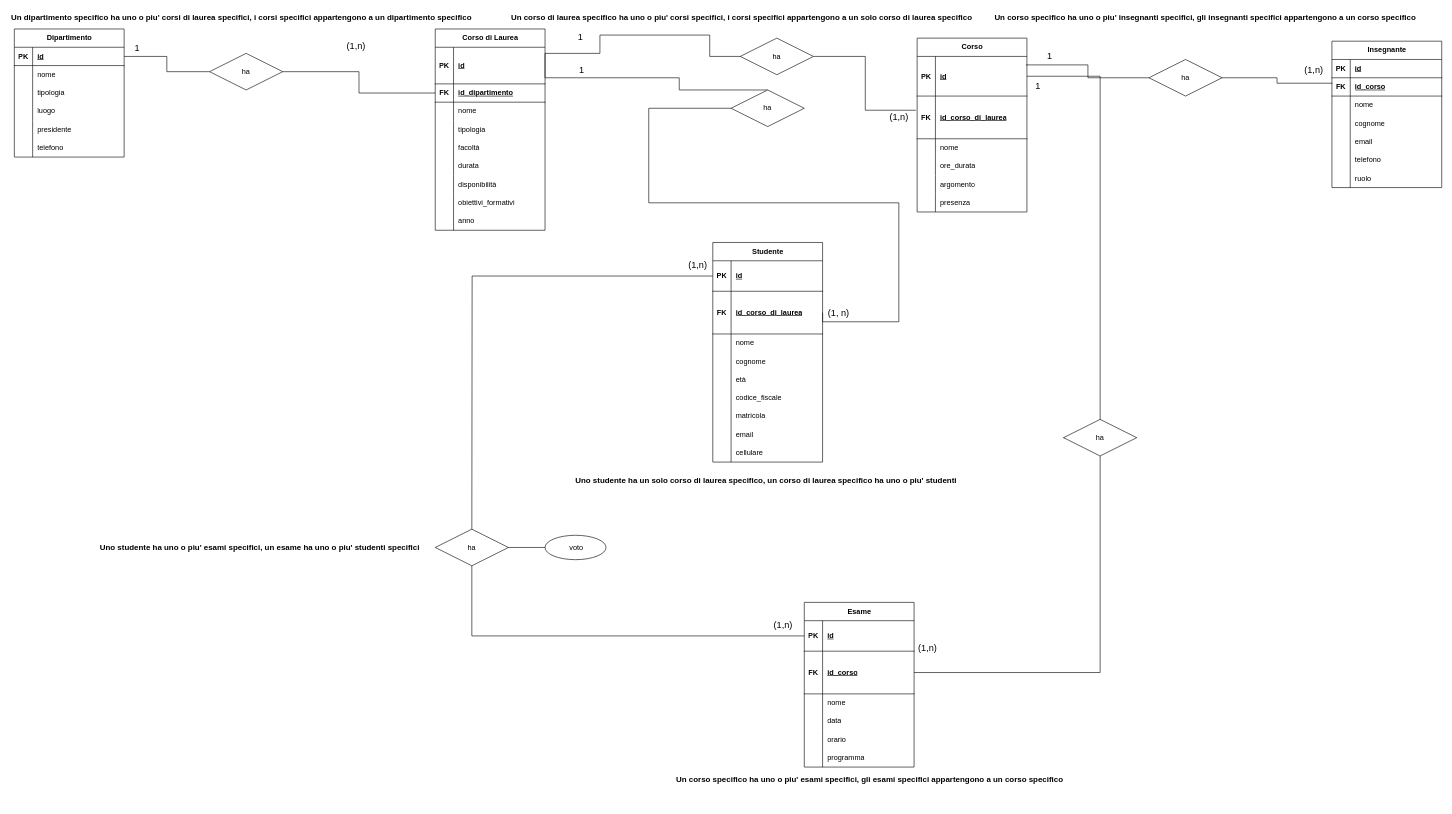
Earlier version of the draw.io diagram db-university.drawio (lucanovellihtml/db_university). Source tidied: cells renumbered, new cells numbered last; positions are measured from the earlier drawing's top-left corner, leaving out a move shared by most shapes. Both pictures are drawn from the tidied source at 61%, with x=0, y=0 at pixel (14, 29).
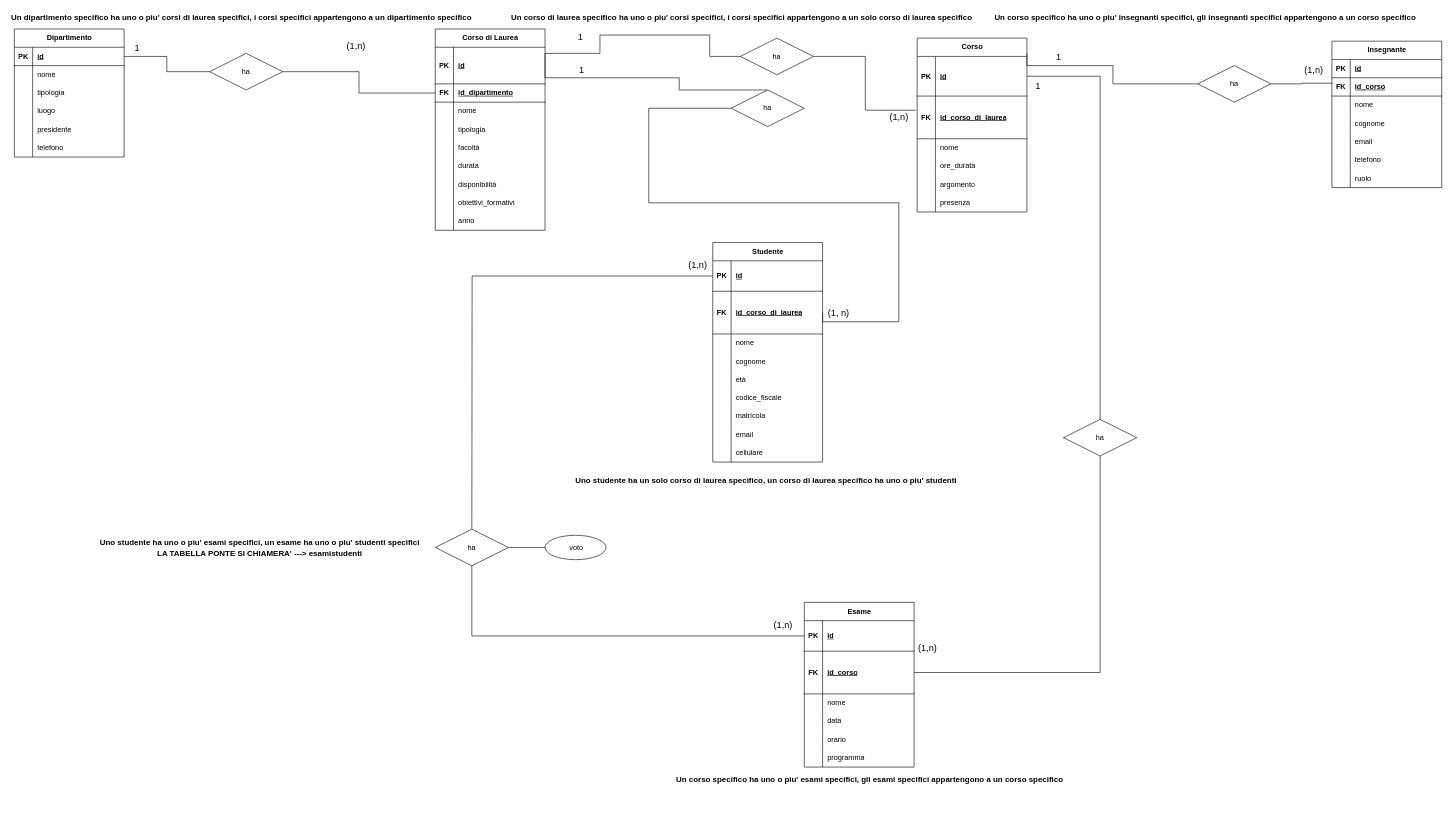
The same diagram, later.

The change refers to these unchanged cells:
```xml
<mxCell id="56" style="shape=tableRow;horizontal=0;startSize=0;swimlaneHead=0;swimlaneBody=0;fillColor=none;points=[[0,0.5],[1,0.5]];portConstraint=eastwest;top=0;left=0;right=0;bottom=1;" parent="55" vertex="1">
  <mxGeometry y="30" width="180" height="65" as="geometry" />
</mxCell>
```

Diff of the diagram source:
```diff
@@
     <mxCell id="103" value="ha" style="shape=rhombus;perimeter=rhombusPerimeter;whiteSpace=wrap;html=1;align=center;" parent="1" vertex="1">
-      <mxGeometry x="1860" y="50" width="120" height="60" as="geometry" />
+      <mxGeometry x="1940" y="60" width="120" height="60" as="geometry" />
     </mxCell>
-    <mxCell id="104" style="edgeStyle=orthogonalEdgeStyle;rounded=0;jettySize=auto;html=1;entryX=0;entryY=0.5;entryDx=0;entryDy=0;endArrow=none;endFill=0;exitX=0.991;exitY=0.214;exitDx=0;exitDy=0;exitPerimeter=0;" parent="1" edge="1" source="56" target="103">
-      <mxGeometry relative="1" as="geometry" />
+    <mxCell id="104" style="edgeStyle=orthogonalEdgeStyle;rounded=0;jettySize=auto;html=1;endArrow=none;endFill=0;exitX=0.991;exitY=0.214;exitDx=0;exitDy=0;exitPerimeter=0;entryX=0;entryY=0.5;entryDx=0;entryDy=0;" parent="1" edge="1" target="103">
+      <mxGeometry relative="1" as="geometry">
+        <mxPoint x="1660" y="40" as="sourcePoint" />
+        <Array as="points">
+          <mxPoint x="1660" y="60" />
+          <mxPoint x="1801" y="60" />
+          <mxPoint x="1801" y="90" />
+        </Array>
+      </mxGeometry>
     </mxCell>
@@
-    <mxCell id="165" value="&lt;b&gt;&lt;font style=&quot;font-size: 13px;&quot;&gt;Uno studente ha uno o piu' esami specifici, un esame ha uno o piu' studenti specifici&lt;/font&gt;&lt;/b&gt;" style="edgeLabel;html=1;align=center;verticalAlign=middle;fontSize=15;" parent="1" vertex="1">
+    <mxCell id="165" value="&lt;b&gt;&lt;font style=&quot;font-size: 13px;&quot;&gt;Uno studente ha uno o piu' esami specifici, un esame ha uno o piu' studenti specifici&lt;/font&gt;&lt;/b&gt;&lt;div&gt;&lt;b&gt;&lt;font style=&quot;font-size: 13px;&quot;&gt;LA TABELLA PONTE SI CHIAMERA' ---&amp;gt; esamistudenti&lt;/font&gt;&lt;/b&gt;&lt;/div&gt;" style="edgeLabel;html=1;align=center;verticalAlign=middle;fontSize=15;" parent="1" vertex="1">
       <mxGeometry x="400" y="890" as="geometry">
         <mxPoint x="1" y="-42" as="offset" />
       </mxGeometry>
     </mxCell>
```
